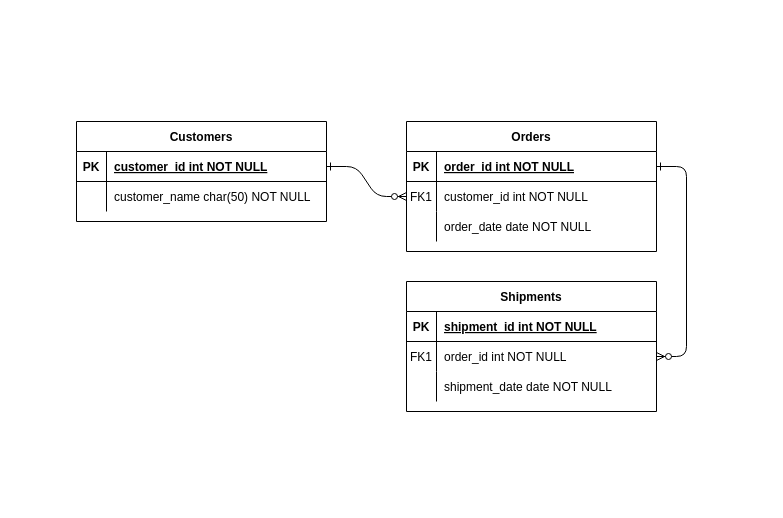
Before: Fixed_Kindergarten.drawio in Emma664/World-population, a draw.io diagram. Source tidied: cells renumbered, new cells numbered last; positions are measured from the earlier drawing's top-left corner, leaving out a move shared by most shapes. Both pictures are drawn from the tidied source at 100%, with x=0, y=0 at pixel (76, 121).
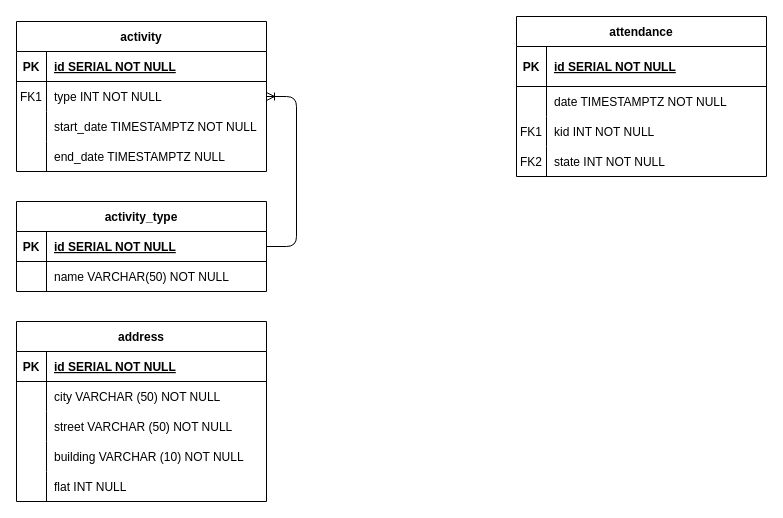
After the change.

The change refers to these unchanged cells:
```xml
<mxCell id="5" style="shape=partialRectangle;fillColor=none;points=[[0,0.5],[1,0.5]];portConstraint=eastwest;top=0;left=0;right=0;bottom=1;" parent="4" vertex="1">
  <mxGeometry y="30" width="250" height="30" as="geometry" />
</mxCell>
<mxCell id="8" style="shape=partialRectangle;fillColor=none;points=[[0,0.5],[1,0.5]];portConstraint=eastwest;top=0;left=0;right=0;bottom=0;" parent="4" vertex="1">
  <mxGeometry y="60" width="250" height="30" as="geometry" />
</mxCell>
<mxCell id="15" style="shape=partialRectangle;fillColor=none;top=0;left=0;right=0;bottom=1;" parent="14" vertex="1">
  <mxGeometry y="30" width="250" height="30" as="geometry" />
</mxCell>
<mxCell id="18" style="shape=partialRectangle;fillColor=none;points=[[0,0.5],[1,0.5]];portConstraint=eastwest;top=0;left=0;right=0;bottom=0;" parent="14" vertex="1">
  <mxGeometry y="60" width="250" height="30" as="geometry" />
</mxCell>
<mxCell id="21" style="shape=partialRectangle;fillColor=none;top=0;left=0;right=0;bottom=0;" parent="14" vertex="1">
  <mxGeometry y="90" width="250" height="30" as="geometry" />
</mxCell>
```

The edit, as a diff of the source:
```diff
@@
-    <mxCell id="2" style="edgeStyle=entityRelationEdgeStyle;endArrow=ERzeroToMany;startArrow=ERone;endFill=1;startFill=0;" parent="1" edge="1" source="25" target="8">
-      <mxGeometry relative="1" as="geometry" />
-    </mxCell>
-    <mxCell id="3" style="edgeStyle=entityRelationEdgeStyle;endArrow=ERzeroToMany;startArrow=ERone;endFill=1;startFill=0;" parent="1" edge="1" source="5" target="18">
-      <mxGeometry relative="1" as="geometry" />
-    </mxCell>
+    <mxCell id="24" value="activity" style="shape=table;startSize=30;childLayout=tableLayout;rowLines=0;fontStyle=1;align=center;" parent="1" vertex="1">
+      <mxGeometry x="-60" y="-100" width="250" height="150" as="geometry" />
+    </mxCell>
+    <mxCell id="25" style="shape=partialRectangle;fillColor=none;points=[[0,0.5],[1,0.5]];portConstraint=eastwest;top=0;left=0;right=0;bottom=1;" parent="24" vertex="1">
+      <mxGeometry y="30" width="250" height="30" as="geometry" />
+    </mxCell>
+    <mxCell id="26" value="PK" style="shape=partialRectangle;overflow=hidden;fillColor=none;top=0;left=0;bottom=0;right=0;fontStyle=1;" parent="25" vertex="1">
+      <mxGeometry width="30" height="30" as="geometry" />
+    </mxCell>
+    <mxCell id="27" value="id SERIAL NOT NULL " style="shape=partialRectangle;overflow=hidden;fillColor=none;top=0;left=0;bottom=0;right=0;align=left;spacingLeft=6;fontStyle=5;" parent="25" vertex="1">
+      <mxGeometry x="30" width="220" height="30" as="geometry" />
+    </mxCell>
+    <mxCell id="28" style="shape=partialRectangle;fillColor=none;points=[[0,0.5],[1,0.5]];portConstraint=eastwest;top=0;left=0;right=0;bottom=0;" parent="24" vertex="1">
+      <mxGeometry y="60" width="250" height="30" as="geometry" />
+    </mxCell>
+    <mxCell id="29" value="FK1" style="shape=partialRectangle;overflow=hidden;fillColor=none;top=0;left=0;bottom=0;right=0;" parent="28" vertex="1">
+      <mxGeometry width="30" height="30" as="geometry" />
+    </mxCell>
+    <mxCell id="30" value="type INT NOT NULL" style="shape=partialRectangle;overflow=hidden;fillColor=none;top=0;left=0;bottom=0;right=0;align=left;spacingLeft=6;" parent="28" vertex="1">
+      <mxGeometry x="30" width="220" height="30" as="geometry" />
+    </mxCell>
+    <mxCell id="11" style="shape=partialRectangle;fillColor=none;top=0;left=0;right=0;bottom=0;" parent="24" vertex="1">
+      <mxGeometry y="90" width="250" height="30" as="geometry" />
+    </mxCell>
+    <mxCell id="31" style="shape=partialRectangle;overflow=hidden;fillColor=none;top=0;left=0;bottom=0;right=0;" parent="11" vertex="1">
+      <mxGeometry width="30" height="30" as="geometry" />
+    </mxCell>
+    <mxCell id="32" value="start_date TIMESTAMPTZ NOT NULL" style="shape=partialRectangle;overflow=hidden;fillColor=none;top=0;left=0;bottom=0;right=0;align=left;spacingLeft=6;" parent="11" vertex="1">
+      <mxGeometry x="30" width="220" height="30" as="geometry" />
+    </mxCell>
+    <mxCell id="33" style="shape=partialRectangle;fillColor=none;top=0;left=0;right=0;bottom=0;" parent="24" vertex="1">
+      <mxGeometry y="120" width="250" height="30" as="geometry" />
+    </mxCell>
+    <mxCell id="34" style="shape=partialRectangle;overflow=hidden;fillColor=none;top=0;left=0;bottom=0;right=0;" parent="33" vertex="1">
+      <mxGeometry width="30" height="30" as="geometry" />
+    </mxCell>
+    <mxCell id="35" value="end_date TIMESTAMPTZ NULL" style="shape=partialRectangle;overflow=hidden;fillColor=none;top=0;left=0;bottom=0;right=0;align=left;spacingLeft=6;" parent="33" vertex="1">
+      <mxGeometry x="30" width="220" height="30" as="geometry" />
+    </mxCell>
-    <mxCell id="4" value="Orders" style="shape=table;startSize=30;childLayout=tableLayout;rowLines=0;fontStyle=1;align=center;" parent="1" vertex="1">
-      <mxGeometry x="330" width="250" height="130" as="geometry" />
+    <mxCell id="4" value="activity_type" style="shape=table;startSize=30;childLayout=tableLayout;rowLines=0;fontStyle=1;align=center;" parent="1" vertex="1">
+      <mxGeometry x="-60" y="80" width="250" height="90" as="geometry" />
     </mxCell>
@@
-    <mxCell id="7" value="order_id int NOT NULL " style="shape=partialRectangle;overflow=hidden;fillColor=none;top=0;left=0;bottom=0;right=0;align=left;spacingLeft=6;fontStyle=5;" parent="5" vertex="1">
+    <mxCell id="7" value="id SERIAL NOT NULL" style="shape=partialRectangle;overflow=hidden;fillColor=none;top=0;left=0;bottom=0;right=0;align=left;spacingLeft=6;fontStyle=5;" parent="5" vertex="1">
       <mxGeometry x="30" width="220" height="30" as="geometry" />
     </mxCell>
@@
-    <mxCell id="9" value="FK1" style="shape=partialRectangle;overflow=hidden;fillColor=none;top=0;left=0;bottom=0;right=0;" parent="8" vertex="1">
+    <mxCell id="9" style="shape=partialRectangle;overflow=hidden;fillColor=none;top=0;left=0;bottom=0;right=0;" parent="8" vertex="1">
       <mxGeometry width="30" height="30" as="geometry" />
     </mxCell>
-    <mxCell id="10" value="customer_id int NOT NULL" style="shape=partialRectangle;overflow=hidden;fillColor=none;top=0;left=0;bottom=0;right=0;align=left;spacingLeft=6;" parent="8" vertex="1">
+    <mxCell id="10" value="name VARCHAR(50) NOT NULL" style="shape=partialRectangle;overflow=hidden;fillColor=none;top=0;left=0;bottom=0;right=0;align=left;spacingLeft=6;" parent="8" vertex="1">
       <mxGeometry x="30" width="220" height="30" as="geometry" />
     </mxCell>
-    <mxCell id="11" style="shape=partialRectangle;fillColor=none;top=0;left=0;right=0;bottom=0;" parent="4" vertex="1">
-      <mxGeometry y="90" width="250" height="30" as="geometry" />
-    </mxCell>
-    <mxCell id="12" style="shape=partialRectangle;overflow=hidden;fillColor=none;top=0;left=0;bottom=0;right=0;" parent="11" vertex="1">
-      <mxGeometry width="30" height="30" as="geometry" />
-    </mxCell>
-    <mxCell id="13" value="order_date date NOT NULL" style="shape=partialRectangle;overflow=hidden;fillColor=none;top=0;left=0;bottom=0;right=0;align=left;spacingLeft=6;" parent="11" vertex="1">
-      <mxGeometry x="30" width="220" height="30" as="geometry" />
-    </mxCell>
+    <mxCell id="36" style="edgeStyle=entityRelationEdgeStyle;fontSize=12;html=1;endArrow=ERoneToMany;exitX=1;exitY=0.5;exitDx=0;exitDy=0;" parent="1" edge="1" source="5" target="28">
+      <mxGeometry relative="1" as="geometry" />
+    </mxCell>
-    <mxCell id="14" value="Shipments" style="shape=table;startSize=30;childLayout=tableLayout;rowLines=0;fontStyle=1;align=center;" parent="1" vertex="1">
-      <mxGeometry x="330" y="160" width="250" height="130" as="geometry" />
+    <mxCell id="14" value="address" style="shape=table;startSize=30;childLayout=tableLayout;rowLines=0;fontStyle=1;align=center;" parent="1" vertex="1">
+      <mxGeometry x="-60" y="200" width="250" height="180" as="geometry" />
     </mxCell>
@@
-    <mxCell id="17" value="shipment_id int NOT NULL " style="shape=partialRectangle;overflow=hidden;fillColor=none;top=0;left=0;bottom=0;right=0;align=left;spacingLeft=6;fontStyle=5;" parent="15" vertex="1">
+    <mxCell id="17" value="id SERIAL NOT NULL" style="shape=partialRectangle;overflow=hidden;fillColor=none;top=0;left=0;bottom=0;right=0;align=left;spacingLeft=6;fontStyle=5;" parent="15" vertex="1">
       <mxGeometry x="30" width="220" height="30" as="geometry" />
     </mxCell>
@@
-    <mxCell id="19" value="FK1" style="shape=partialRectangle;overflow=hidden;fillColor=none;top=0;left=0;bottom=0;right=0;" parent="18" vertex="1">
+    <mxCell id="19" style="shape=partialRectangle;overflow=hidden;fillColor=none;top=0;left=0;bottom=0;right=0;" parent="18" vertex="1">
       <mxGeometry width="30" height="30" as="geometry" />
     </mxCell>
-    <mxCell id="20" value="order_id int NOT NULL" style="shape=partialRectangle;overflow=hidden;fillColor=none;top=0;left=0;bottom=0;right=0;align=left;spacingLeft=6;" parent="18" vertex="1">
+    <mxCell id="20" value="city VARCHAR (50) NOT NULL" style="shape=partialRectangle;overflow=hidden;fillColor=none;top=0;left=0;bottom=0;right=0;align=left;spacingLeft=6;" parent="18" vertex="1">
       <mxGeometry x="30" width="220" height="30" as="geometry" />
     </mxCell>
@@
-    <mxCell id="23" value="shipment_date date NOT NULL" style="shape=partialRectangle;overflow=hidden;fillColor=none;top=0;left=0;bottom=0;right=0;align=left;spacingLeft=6;" parent="21" vertex="1">
+    <mxCell id="23" value="street VARCHAR (50) NOT NULL" style="shape=partialRectangle;overflow=hidden;fillColor=none;top=0;left=0;bottom=0;right=0;align=left;spacingLeft=6;" parent="21" vertex="1">
       <mxGeometry x="30" width="220" height="30" as="geometry" />
     </mxCell>
-    <mxCell id="24" value="Customers" style="shape=table;startSize=30;childLayout=tableLayout;rowLines=0;fontStyle=1;align=center;" parent="1" vertex="1">
-      <mxGeometry width="250" height="100" as="geometry" />
-    </mxCell>
-    <mxCell id="25" style="shape=partialRectangle;fillColor=none;points=[[0,0.5],[1,0.5]];portConstraint=eastwest;top=0;left=0;right=0;bottom=1;" parent="24" vertex="1">
-      <mxGeometry y="30" width="250" height="30" as="geometry" />
-    </mxCell>
-    <mxCell id="26" value="PK" style="shape=partialRectangle;overflow=hidden;fillColor=none;top=0;left=0;bottom=0;right=0;fontStyle=1;" parent="25" vertex="1">
-      <mxGeometry width="30" height="30" as="geometry" />
-    </mxCell>
-    <mxCell id="27" value="customer_id int NOT NULL " style="shape=partialRectangle;overflow=hidden;fillColor=none;top=0;left=0;bottom=0;right=0;align=left;spacingLeft=6;fontStyle=5;" parent="25" vertex="1">
-      <mxGeometry x="30" width="220" height="30" as="geometry" />
-    </mxCell>
-    <mxCell id="28" style="shape=partialRectangle;fillColor=none;points=[[0,0.5],[1,0.5]];portConstraint=eastwest;top=0;left=0;right=0;bottom=0;" parent="24" vertex="1">
-      <mxGeometry y="60" width="250" height="30" as="geometry" />
-    </mxCell>
-    <mxCell id="29" style="shape=partialRectangle;overflow=hidden;fillColor=none;top=0;left=0;bottom=0;right=0;" parent="28" vertex="1">
-      <mxGeometry width="30" height="30" as="geometry" />
-    </mxCell>
-    <mxCell id="30" value="customer_name char(50) NOT NULL" style="shape=partialRectangle;overflow=hidden;fillColor=none;top=0;left=0;bottom=0;right=0;align=left;spacingLeft=6;" parent="28" vertex="1">
-      <mxGeometry x="30" width="220" height="30" as="geometry" />
-    </mxCell>
+    <mxCell id="37" style="shape=partialRectangle;fillColor=none;top=0;left=0;right=0;bottom=0;" parent="14" vertex="1">
+      <mxGeometry y="120" width="250" height="30" as="geometry" />
+    </mxCell>
+    <mxCell id="38" style="shape=partialRectangle;overflow=hidden;fillColor=none;top=0;left=0;bottom=0;right=0;" parent="37" vertex="1">
+      <mxGeometry width="30" height="30" as="geometry" />
+    </mxCell>
+    <mxCell id="39" value="building VARCHAR (10) NOT NULL" style="shape=partialRectangle;overflow=hidden;fillColor=none;top=0;left=0;bottom=0;right=0;align=left;spacingLeft=6;" parent="37" vertex="1">
+      <mxGeometry x="30" width="220" height="30" as="geometry" />
+    </mxCell>
+    <mxCell id="40" style="shape=partialRectangle;fillColor=none;top=0;left=0;right=0;bottom=0;" parent="14" vertex="1">
+      <mxGeometry y="150" width="250" height="30" as="geometry" />
+    </mxCell>
+    <mxCell id="41" style="shape=partialRectangle;overflow=hidden;fillColor=none;top=0;left=0;bottom=0;right=0;" parent="40" vertex="1">
+      <mxGeometry width="30" height="30" as="geometry" />
+    </mxCell>
+    <mxCell id="42" value="flat INT NULL" style="shape=partialRectangle;overflow=hidden;fillColor=none;top=0;left=0;bottom=0;right=0;align=left;spacingLeft=6;" parent="40" vertex="1">
+      <mxGeometry x="30" width="220" height="30" as="geometry" />
+    </mxCell>
+    <mxCell id="43" value="attendance" style="shape=table;startSize=30;childLayout=tableLayout;rowLines=0;fontStyle=1;align=center;" parent="1" vertex="1">
+      <mxGeometry x="440" y="-105" width="250" height="160" as="geometry" />
+    </mxCell>
+    <mxCell id="44" style="shape=partialRectangle;fillColor=none;top=0;left=0;right=0;bottom=1;" parent="43" vertex="1">
+      <mxGeometry y="30" width="250" height="40" as="geometry" />
+    </mxCell>
+    <mxCell id="45" value="PK" style="shape=partialRectangle;overflow=hidden;fillColor=none;top=0;left=0;bottom=0;right=0;fontStyle=1;" parent="44" vertex="1">
+      <mxGeometry width="30" height="40" as="geometry" />
+    </mxCell>
+    <mxCell id="46" value="id SERIAL NOT NULL " style="shape=partialRectangle;overflow=hidden;fillColor=none;top=0;left=0;bottom=0;right=0;align=left;spacingLeft=6;fontStyle=5;" parent="44" vertex="1">
+      <mxGeometry x="30" width="220" height="40" as="geometry" />
+    </mxCell>
+    <mxCell id="47" style="shape=partialRectangle;fillColor=none;top=0;left=0;right=0;bottom=0;" parent="43" vertex="1">
+      <mxGeometry y="70" width="250" height="30" as="geometry" />
+    </mxCell>
+    <mxCell id="48" style="shape=partialRectangle;overflow=hidden;fillColor=none;top=0;left=0;bottom=0;right=0;" parent="47" vertex="1">
+      <mxGeometry width="30" height="30" as="geometry" />
+    </mxCell>
+    <mxCell id="49" value="date TIMESTAMPTZ NOT NULL" style="shape=partialRectangle;overflow=hidden;fillColor=none;top=0;left=0;bottom=0;right=0;align=left;spacingLeft=6;" parent="47" vertex="1">
+      <mxGeometry x="30" width="220" height="30" as="geometry" />
+    </mxCell>
+    <mxCell id="50" style="shape=partialRectangle;fillColor=none;top=0;left=0;right=0;bottom=0;" parent="43" vertex="1">
+      <mxGeometry y="100" width="250" height="30" as="geometry" />
+    </mxCell>
+    <mxCell id="51" value="FK1" style="shape=partialRectangle;overflow=hidden;fillColor=none;top=0;left=0;bottom=0;right=0;" parent="50" vertex="1">
+      <mxGeometry width="30" height="30" as="geometry" />
+    </mxCell>
+    <mxCell id="52" value="kid INT NOT NULL" style="shape=partialRectangle;overflow=hidden;fillColor=none;top=0;left=0;bottom=0;right=0;align=left;spacingLeft=6;" parent="50" vertex="1">
+      <mxGeometry x="30" width="220" height="30" as="geometry" />
+    </mxCell>
+    <mxCell id="53" style="shape=partialRectangle;fillColor=none;top=0;left=0;right=0;bottom=0;" parent="43" vertex="1">
+      <mxGeometry y="130" width="250" height="30" as="geometry" />
+    </mxCell>
+    <mxCell id="54" value="FK2" style="shape=partialRectangle;overflow=hidden;fillColor=none;top=0;left=0;bottom=0;right=0;" parent="53" vertex="1">
+      <mxGeometry width="30" height="30" as="geometry" />
+    </mxCell>
+    <mxCell id="55" value="state INT NOT NULL" style="shape=partialRectangle;overflow=hidden;fillColor=none;top=0;left=0;bottom=0;right=0;align=left;spacingLeft=6;" parent="53" vertex="1">
+      <mxGeometry x="30" width="220" height="30" as="geometry" />
+    </mxCell>
```
